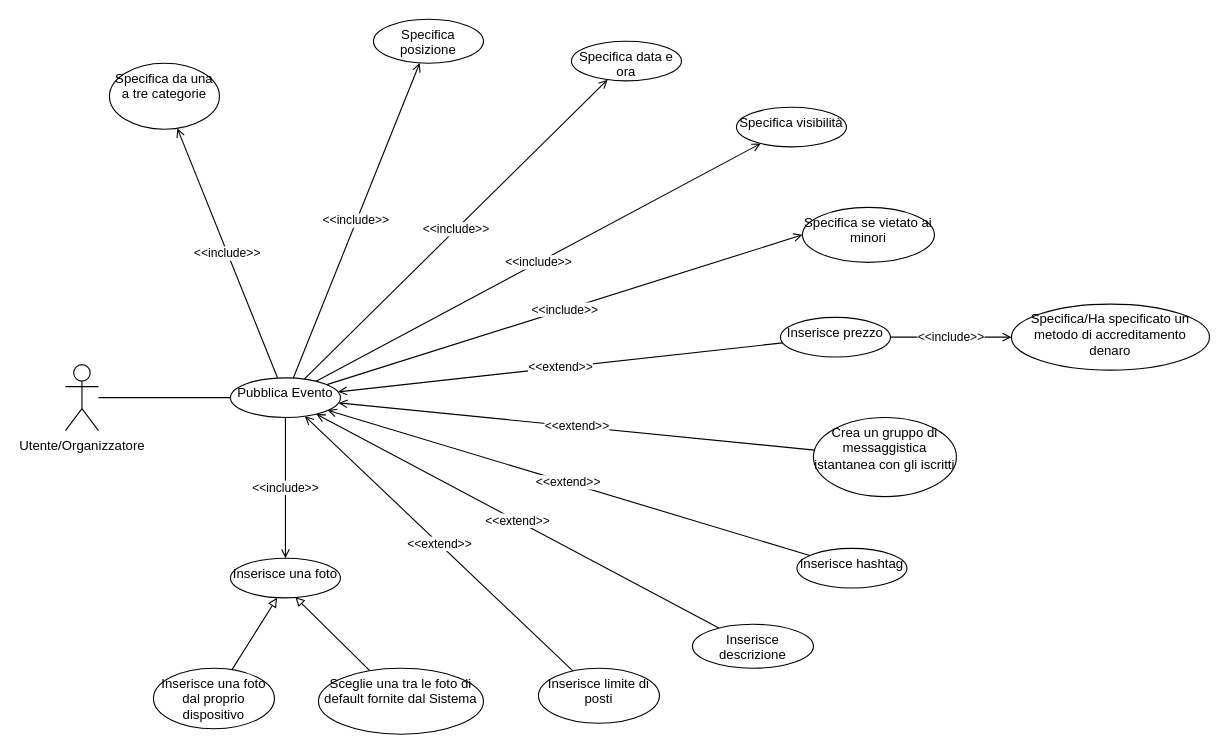
The draw.io diagram UseCase/RF09_Pubblicazione_Evento/Pubblicazione_Evento.drawio in 4spot-team/documentation, before the edit. Source tidied: cells renumbered, new cells numbered last; positions are measured from the earlier drawing's top-left corner, leaving out a move shared by most shapes. Both pictures are drawn from the tidied source at 110%, with x=0, y=0 at pixel (65, 19).
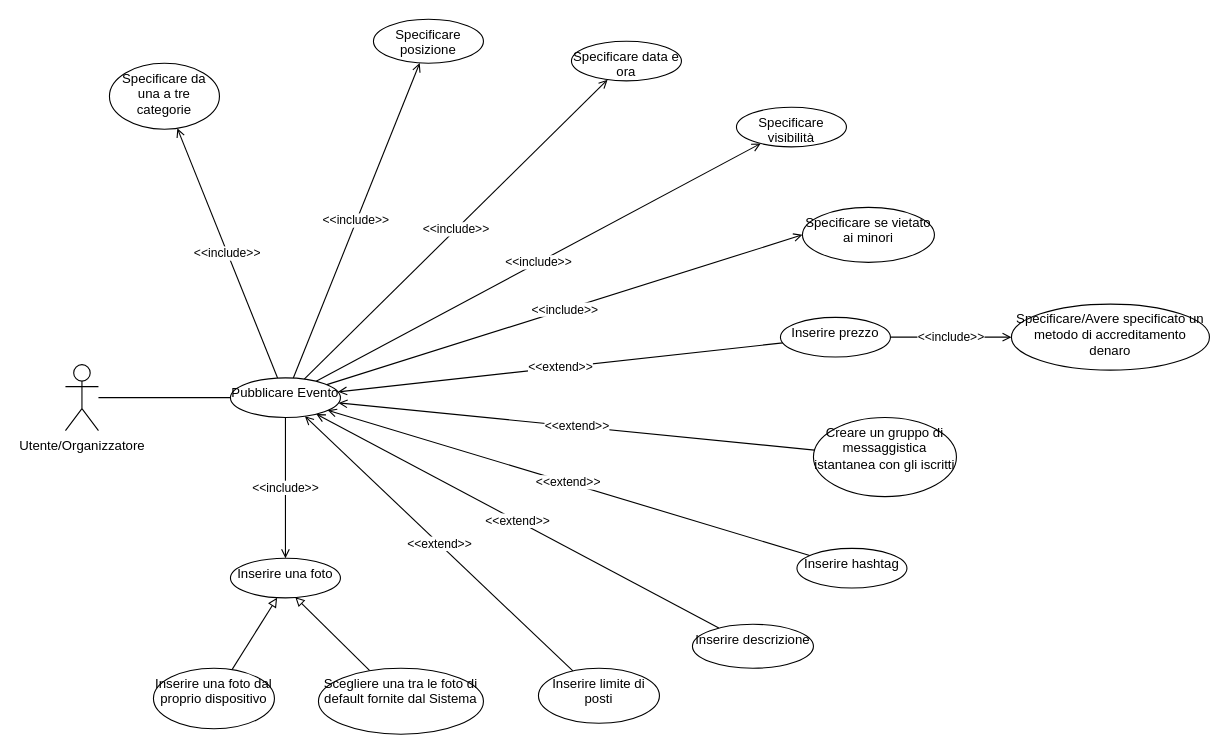
Above is the later version.

Change to the diagram source:
```diff
@@
-    <mxCell id="15" value="Pubblica Evento" style="ellipse;whiteSpace=wrap;html=1;verticalAlign=top;" parent="1" vertex="1">
+    <mxCell id="15" value="Pubblicare Evento" style="ellipse;whiteSpace=wrap;html=1;verticalAlign=top;" parent="1" vertex="1">
       <mxGeometry x="150" y="326" width="100" height="36" as="geometry" />
     </mxCell>
-    <mxCell id="16" value="Specifica da una a tre categorie" style="ellipse;whiteSpace=wrap;html=1;verticalAlign=top;" parent="1" vertex="1">
+    <mxCell id="16" value="Specificare da una a tre categorie" style="ellipse;whiteSpace=wrap;html=1;verticalAlign=top;" parent="1" vertex="1">
       <mxGeometry x="40" y="40" width="100" height="60" as="geometry" />
     </mxCell>
-    <mxCell id="17" value="Specifica posizione" style="ellipse;whiteSpace=wrap;html=1;verticalAlign=top;" parent="1" vertex="1">
+    <mxCell id="17" value="Specificare posizione" style="ellipse;whiteSpace=wrap;html=1;verticalAlign=top;" parent="1" vertex="1">
       <mxGeometry x="280" width="100" height="40" as="geometry" />
     </mxCell>
-    <mxCell id="18" value="Specifica data e ora" style="ellipse;whiteSpace=wrap;html=1;verticalAlign=top;" parent="1" vertex="1">
+    <mxCell id="18" value="Specificare data e ora" style="ellipse;whiteSpace=wrap;html=1;verticalAlign=top;" parent="1" vertex="1">
       <mxGeometry x="460" y="20" width="100" height="36" as="geometry" />
     </mxCell>
-    <mxCell id="19" value="Specifica visibilità" style="ellipse;whiteSpace=wrap;html=1;verticalAlign=top;" parent="1" vertex="1">
+    <mxCell id="19" value="Specificare visibilità" style="ellipse;whiteSpace=wrap;html=1;verticalAlign=top;" parent="1" vertex="1">
       <mxGeometry x="610" y="80" width="100" height="36" as="geometry" />
     </mxCell>
-    <mxCell id="20" value="Inserisce una foto" style="ellipse;whiteSpace=wrap;html=1;verticalAlign=top;" parent="1" vertex="1">
+    <mxCell id="20" value="Inserire una foto" style="ellipse;whiteSpace=wrap;html=1;verticalAlign=top;" parent="1" vertex="1">
       <mxGeometry x="150" y="490" width="100" height="36" as="geometry" />
     </mxCell>
@@
-    <mxCell id="22" value="Inserisce una foto dal proprio dispositivo" style="ellipse;whiteSpace=wrap;html=1;verticalAlign=top;" parent="1" vertex="1">
+    <mxCell id="22" value="Inserire una foto dal proprio dispositivo" style="ellipse;whiteSpace=wrap;html=1;verticalAlign=top;" parent="1" vertex="1">
       <mxGeometry x="80" y="590" width="110" height="55" as="geometry" />
     </mxCell>
@@
-    <mxCell id="24" value="Sceglie una tra le foto di default fornite dal Sistema" style="ellipse;whiteSpace=wrap;html=1;verticalAlign=top;" parent="1" vertex="1">
+    <mxCell id="24" value="Scegliere una tra le foto di default fornite dal Sistema" style="ellipse;whiteSpace=wrap;html=1;verticalAlign=top;" parent="1" vertex="1">
       <mxGeometry x="230" y="590" width="150" height="60" as="geometry" />
     </mxCell>
-    <mxCell id="25" value="Inserisce hashtag" style="ellipse;whiteSpace=wrap;html=1;verticalAlign=top;" parent="1" vertex="1">
+    <mxCell id="25" value="Inserire hashtag" style="ellipse;whiteSpace=wrap;html=1;verticalAlign=top;" parent="1" vertex="1">
       <mxGeometry x="665" y="481" width="100" height="36" as="geometry" />
     </mxCell>
-    <mxCell id="26" value="Inserisce descrizione" style="ellipse;whiteSpace=wrap;html=1;verticalAlign=top;" parent="1" vertex="1">
+    <mxCell id="26" value="Inserire descrizione" style="ellipse;whiteSpace=wrap;html=1;verticalAlign=top;" parent="1" vertex="1">
       <mxGeometry x="570" y="550" width="110" height="40" as="geometry" />
     </mxCell>
-    <mxCell id="27" value="Inserisce limite di posti" style="ellipse;whiteSpace=wrap;html=1;verticalAlign=top;" parent="1" vertex="1">
+    <mxCell id="27" value="Inserire limite di posti" style="ellipse;whiteSpace=wrap;html=1;verticalAlign=top;" parent="1" vertex="1">
       <mxGeometry x="430" y="590" width="110" height="50" as="geometry" />
     </mxCell>
-    <mxCell id="28" value="Specifica se vietato ai minori" style="ellipse;whiteSpace=wrap;html=1;verticalAlign=top;" parent="1" vertex="1">
+    <mxCell id="28" value="Specificare se vietato ai minori" style="ellipse;whiteSpace=wrap;html=1;verticalAlign=top;" parent="1" vertex="1">
       <mxGeometry x="670" y="171" width="120" height="50" as="geometry" />
     </mxCell>
-    <mxCell id="29" value="Crea un gruppo di messaggistica istantanea con gli iscritti" style="ellipse;whiteSpace=wrap;html=1;verticalAlign=top;" parent="1" vertex="1">
+    <mxCell id="29" value="Creare un gruppo di messaggistica istantanea con gli iscritti" style="ellipse;whiteSpace=wrap;html=1;verticalAlign=top;" parent="1" vertex="1">
       <mxGeometry x="680" y="362" width="130" height="72" as="geometry" />
     </mxCell>
@@
-    <mxCell id="31" value="Inserisce prezzo" style="ellipse;whiteSpace=wrap;html=1;verticalAlign=top;" parent="1" vertex="1">
+    <mxCell id="31" value="Inserire prezzo" style="ellipse;whiteSpace=wrap;html=1;verticalAlign=top;" parent="1" vertex="1">
       <mxGeometry x="650" y="271" width="100" height="36" as="geometry" />
     </mxCell>
-    <mxCell id="32" value="Specifica/Ha specificato un metodo di accreditamento denaro" style="ellipse;whiteSpace=wrap;html=1;verticalAlign=top;" parent="1" vertex="1">
+    <mxCell id="32" value="Specificare/Avere specificato un metodo di accreditamento denaro" style="ellipse;whiteSpace=wrap;html=1;verticalAlign=top;" parent="1" vertex="1">
       <mxGeometry x="860" y="259" width="180" height="60" as="geometry" />
     </mxCell>
```
